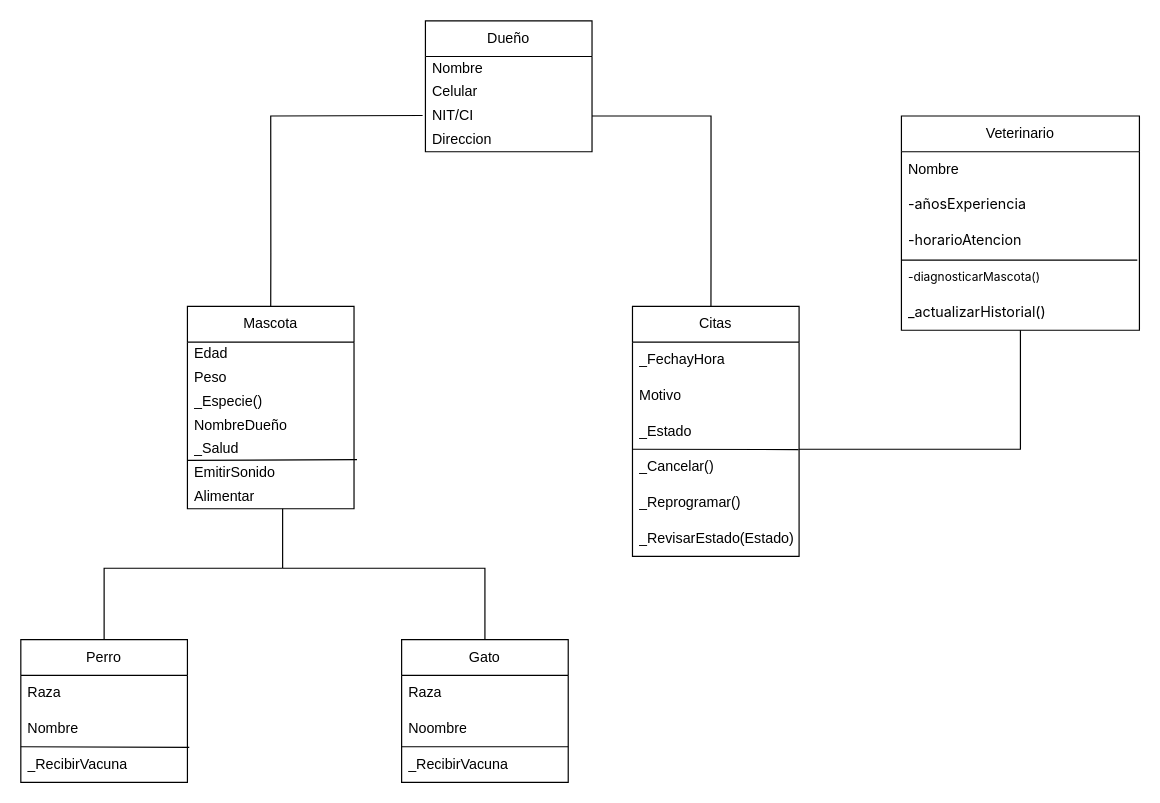
Before: Diagrama sin título.drawio in chandler02-ODS/Diagramas-Clases-Objetos1, a draw.io diagram. Source tidied: cells renumbered, new cells numbered last; positions are measured from the earlier drawing's top-left corner, leaving out a move shared by most shapes. Both pictures are drawn from the tidied source at 119%, with x=0, y=0 at pixel (20, 20).
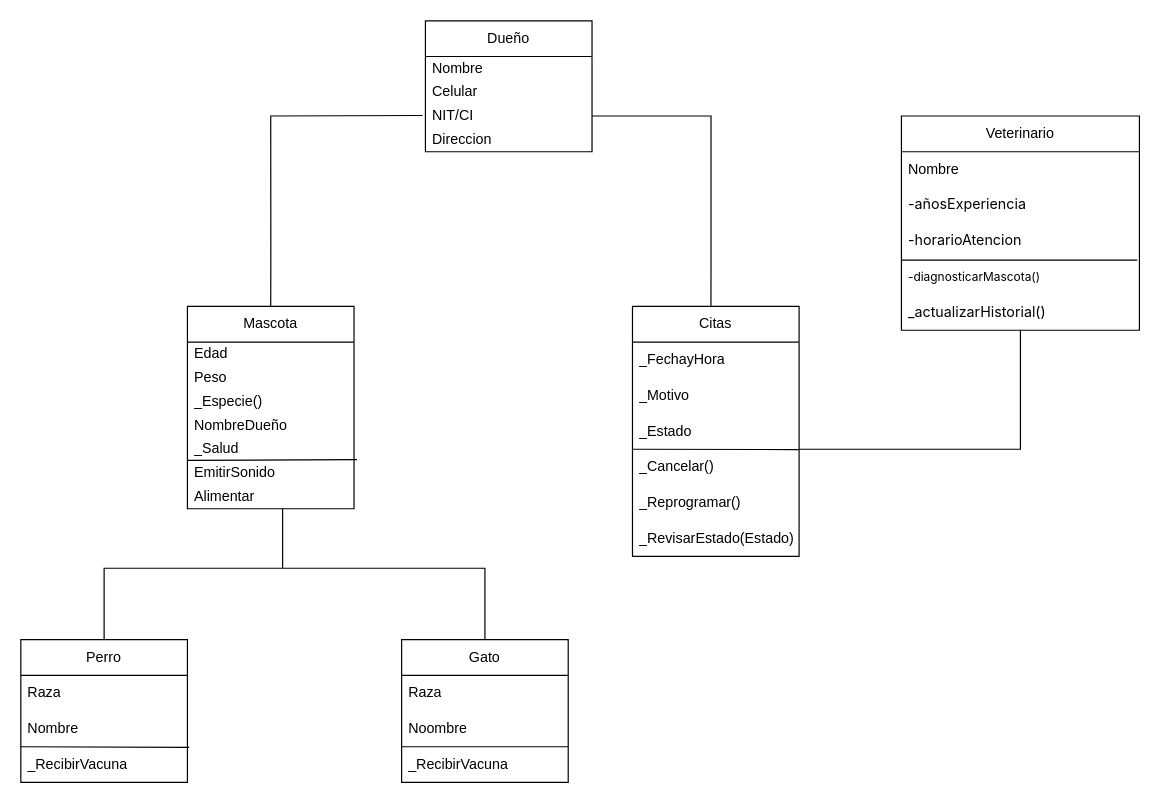
Above is the later version.

The change refers to these unchanged cells:
```xml
<mxCell id="26" value="Citas" style="swimlane;fontStyle=0;horizontal=1;startSize=30;whiteSpace=wrap;html=1;" parent="1" vertex="1">
  <mxGeometry x="514" y="240" width="140" height="210" as="geometry" />
</mxCell>
```

Diff of the diagram source:
```diff
@@
-    <mxCell id="28" value="Motivo" style="text;strokeColor=none;fillColor=none;align=left;verticalAlign=middle;spacingLeft=4;spacingRight=4;overflow=hidden;whiteSpace=wrap;html=1;" parent="26" vertex="1">
+    <mxCell id="28" value="_Motivo" style="text;strokeColor=none;fillColor=none;align=left;verticalAlign=middle;spacingLeft=4;spacingRight=4;overflow=hidden;whiteSpace=wrap;html=1;" parent="26" vertex="1">
       <mxGeometry y="60" width="140" height="30" as="geometry" />
     </mxCell>
```
